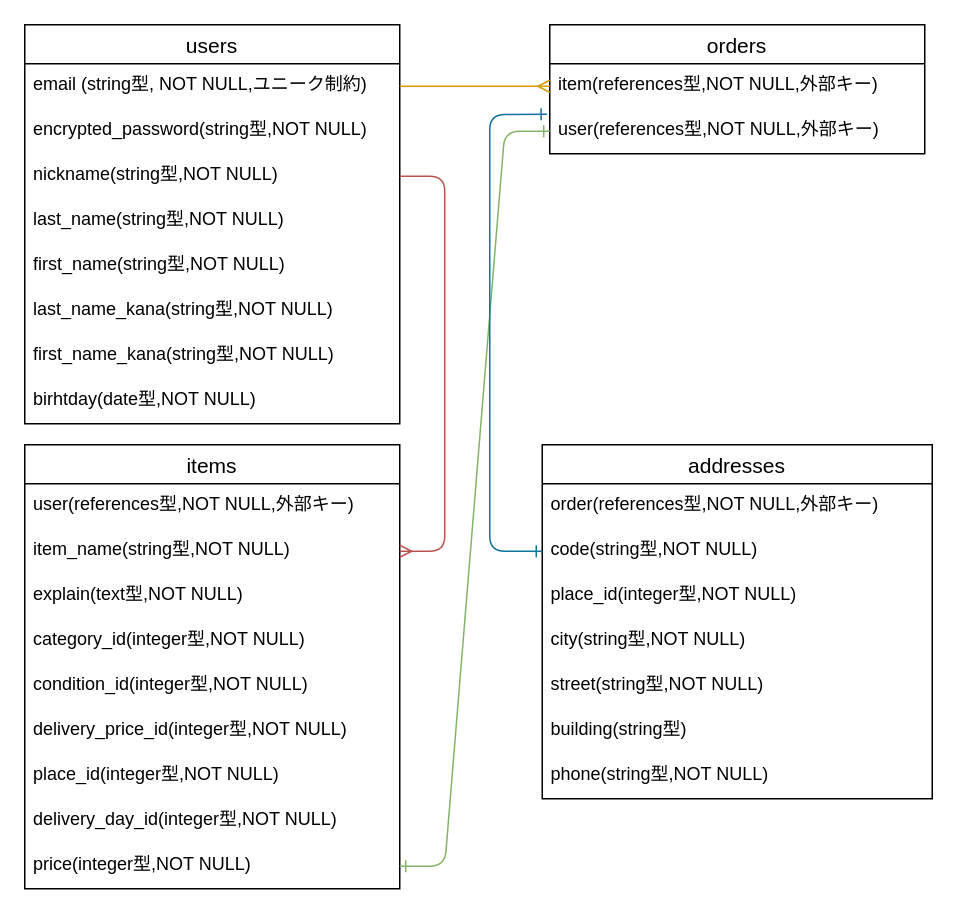
Before: furima.dio in ryusi11/furima-39611, a draw.io diagram. Source tidied: cells renumbered, new cells numbered last; positions are measured from the earlier drawing's top-left corner, leaving out a move shared by most shapes. Both pictures are drawn from the tidied source at 150%, with x=0, y=0 at pixel (24, 24).
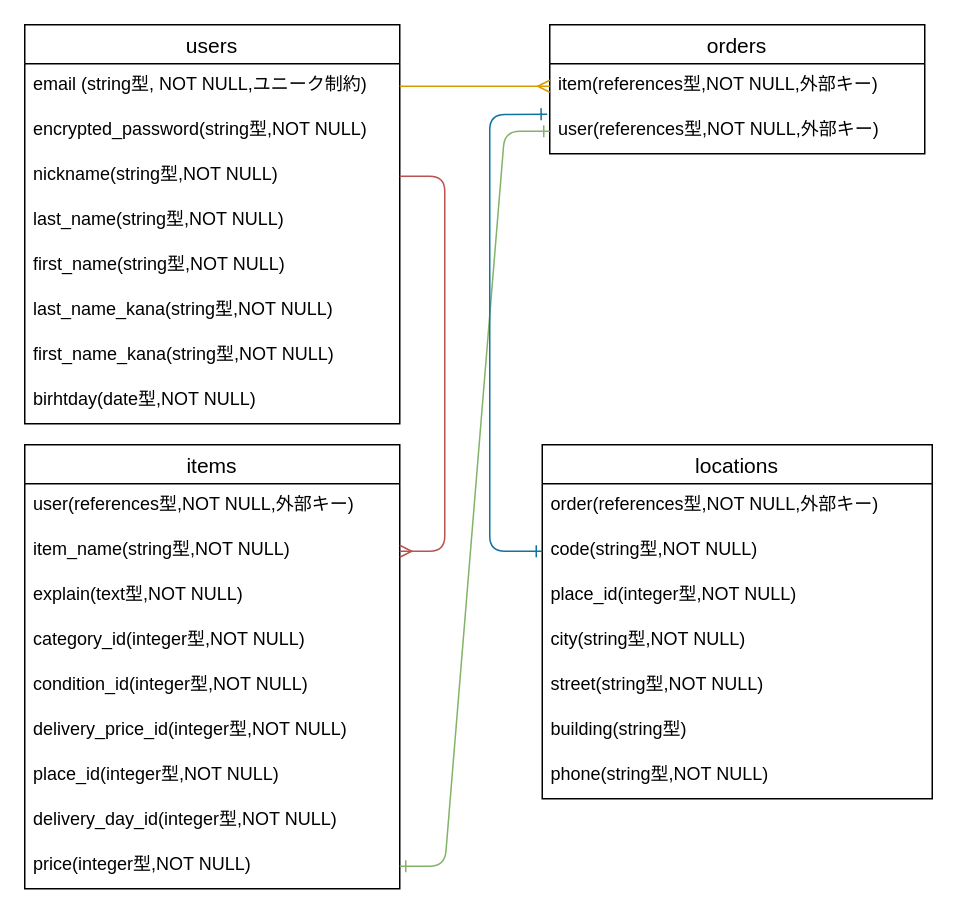
Above is the later version.

Diff of the diagram source:
```diff
@@
-    <mxCell id="24" value="addresses" style="swimlane;fontStyle=0;horizontal=1;startSize=26;align=center;fontSize=14;" parent="1" vertex="1">
+    <mxCell id="24" value="locations" style="swimlane;fontStyle=0;horizontal=1;startSize=26;align=center;fontSize=14;" parent="1" vertex="1">
       <mxGeometry x="345" y="280" width="260" height="236" as="geometry" />
     </mxCell>
```
